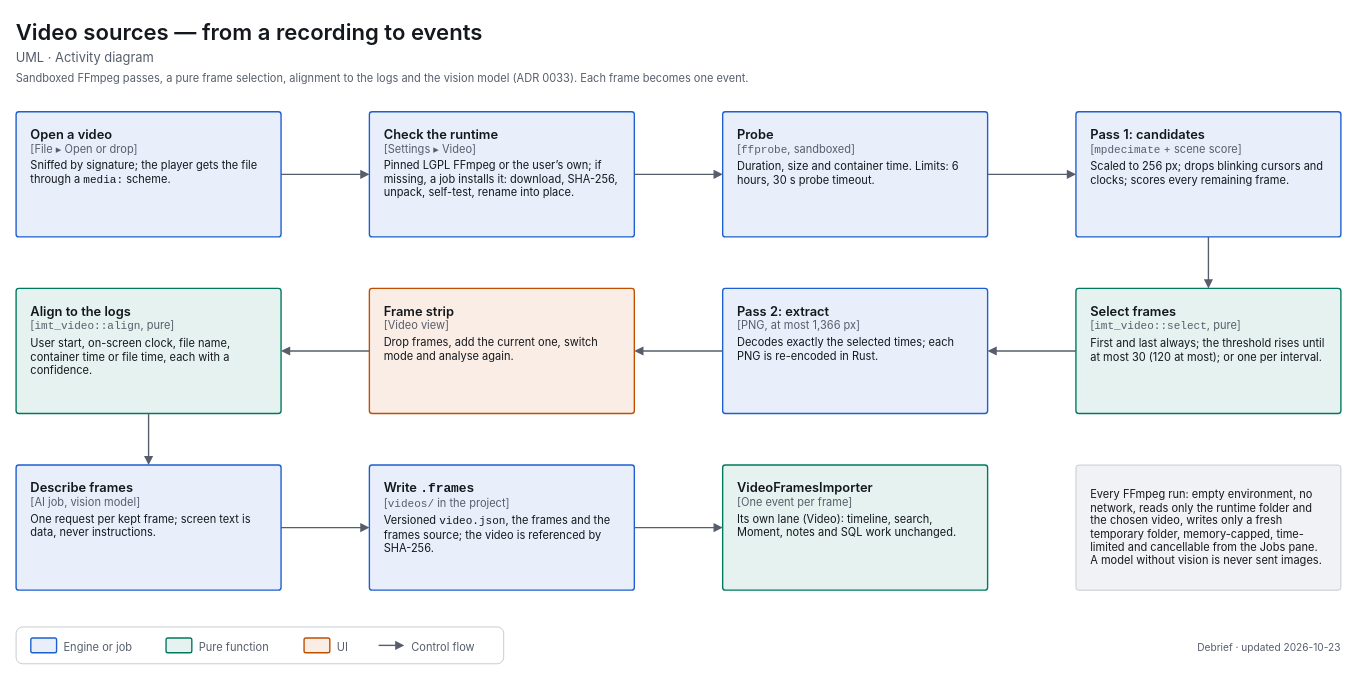
Before: docs/diagrams/uml-activity-video.drawio in decryp7/integrated_maintenance_tool, a draw.io diagram. Source tidied: cells renumbered, new cells numbered last; positions are measured from the earlier drawing's top-left corner, leaving out a move shared by most shapes. Both pictures are drawn from the tidied source at 92%, with x=0, y=0 at pixel (16, 16).
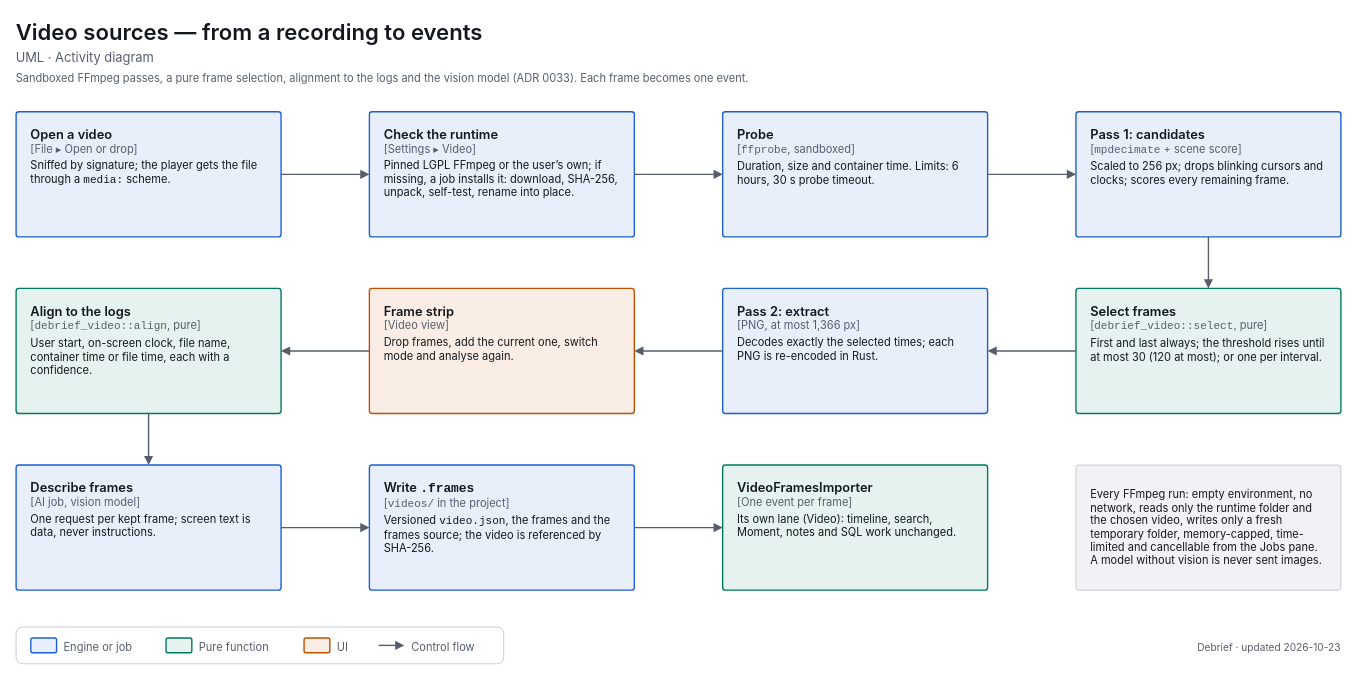
The same page after the edit.

Change to the diagram source:
```diff
@@
-    <mxCell id="9" value="&lt;span style=&quot;font-size:14px;font-weight:600&quot;&gt;Select frames&lt;/span&gt;&lt;br&gt;&lt;span style=&quot;font-size:12px;color:light-dark(#565E6B,#A0A7B2)&quot;&gt;[&lt;span style=&quot;font-family:ui-monospace,SF Mono,Cascadia Mono,Consolas,monospace;white-space:nowrap&quot;&gt;imt_video::select&lt;/span&gt;, pure]&lt;/span&gt;&lt;br&gt;&lt;div style=&quot;margin-top:4px;font-size:12px&quot;&gt;First and last always; the threshold rises until at most 30 (120 at most); or one per interval.&lt;/div&gt;" style="html=1;whiteSpace=wrap;fontFamily=-apple-system,BlinkMacSystemFont,Segoe UI,system-ui,sans-serif;fontSize=12;fontColor=light-dark(#14171C,#ECEEF1);rounded=1;absoluteArcSize=1;arcSize=6;strokeWidth=1.5;strokeColor=light-dark(#007A5E,#2EC4A0);fillColor=light-dark(#E6F2EF,#193330);align=left;verticalAlign=top;spacingLeft=14;spacingRight=14;spacingTop=10;spacingBottom=8;" parent="1" vertex="1">
+    <mxCell id="9" value="&lt;span style=&quot;font-size:14px;font-weight:600&quot;&gt;Select frames&lt;/span&gt;&lt;br&gt;&lt;span style=&quot;font-size:12px;color:light-dark(#565E6B,#A0A7B2)&quot;&gt;[&lt;span style=&quot;font-family:ui-monospace,SF Mono,Cascadia Mono,Consolas,monospace;white-space:nowrap&quot;&gt;debrief_video::select&lt;/span&gt;, pure]&lt;/span&gt;&lt;br&gt;&lt;div style=&quot;margin-top:4px;font-size:12px&quot;&gt;First and last always; the threshold rises until at most 30 (120 at most); or one per interval.&lt;/div&gt;" style="html=1;whiteSpace=wrap;fontFamily=-apple-system,BlinkMacSystemFont,Segoe UI,system-ui,sans-serif;fontSize=12;fontColor=light-dark(#14171C,#ECEEF1);rounded=1;absoluteArcSize=1;arcSize=6;strokeWidth=1.5;strokeColor=light-dark(#007A5E,#2EC4A0);fillColor=light-dark(#E6F2EF,#193330);align=left;verticalAlign=top;spacingLeft=14;spacingRight=14;spacingTop=10;spacingBottom=8;" parent="1" vertex="1">
       <mxGeometry x="1152" y="296" width="288" height="136" as="geometry" />
     </mxCell>
@@
-    <mxCell id="12" value="&lt;span style=&quot;font-size:14px;font-weight:600&quot;&gt;Align to the logs&lt;/span&gt;&lt;br&gt;&lt;span style=&quot;font-size:12px;color:light-dark(#565E6B,#A0A7B2)&quot;&gt;[&lt;span style=&quot;font-family:ui-monospace,SF Mono,Cascadia Mono,Consolas,monospace;white-space:nowrap&quot;&gt;imt_video::align&lt;/span&gt;, pure]&lt;/span&gt;&lt;br&gt;&lt;div style=&quot;margin-top:4px;font-size:12px&quot;&gt;User start, on-screen clock, file name, container time or file time, each with a confidence.&lt;/div&gt;" style="html=1;whiteSpace=wrap;fontFamily=-apple-system,BlinkMacSystemFont,Segoe UI,system-ui,sans-serif;fontSize=12;fontColor=light-dark(#14171C,#ECEEF1);rounded=1;absoluteArcSize=1;arcSize=6;strokeWidth=1.5;strokeColor=light-dark(#007A5E,#2EC4A0);fillColor=light-dark(#E6F2EF,#193330);align=left;verticalAlign=top;spacingLeft=14;spacingRight=14;spacingTop=10;spacingBottom=8;" parent="1" vertex="1">
+    <mxCell id="12" value="&lt;span style=&quot;font-size:14px;font-weight:600&quot;&gt;Align to the logs&lt;/span&gt;&lt;br&gt;&lt;span style=&quot;font-size:12px;color:light-dark(#565E6B,#A0A7B2)&quot;&gt;[&lt;span style=&quot;font-family:ui-monospace,SF Mono,Cascadia Mono,Consolas,monospace;white-space:nowrap&quot;&gt;debrief_video::align&lt;/span&gt;, pure]&lt;/span&gt;&lt;br&gt;&lt;div style=&quot;margin-top:4px;font-size:12px&quot;&gt;User start, on-screen clock, file name, container time or file time, each with a confidence.&lt;/div&gt;" style="html=1;whiteSpace=wrap;fontFamily=-apple-system,BlinkMacSystemFont,Segoe UI,system-ui,sans-serif;fontSize=12;fontColor=light-dark(#14171C,#ECEEF1);rounded=1;absoluteArcSize=1;arcSize=6;strokeWidth=1.5;strokeColor=light-dark(#007A5E,#2EC4A0);fillColor=light-dark(#E6F2EF,#193330);align=left;verticalAlign=top;spacingLeft=14;spacingRight=14;spacingTop=10;spacingBottom=8;" parent="1" vertex="1">
       <mxGeometry y="296" width="288" height="136" as="geometry" />
     </mxCell>
```
